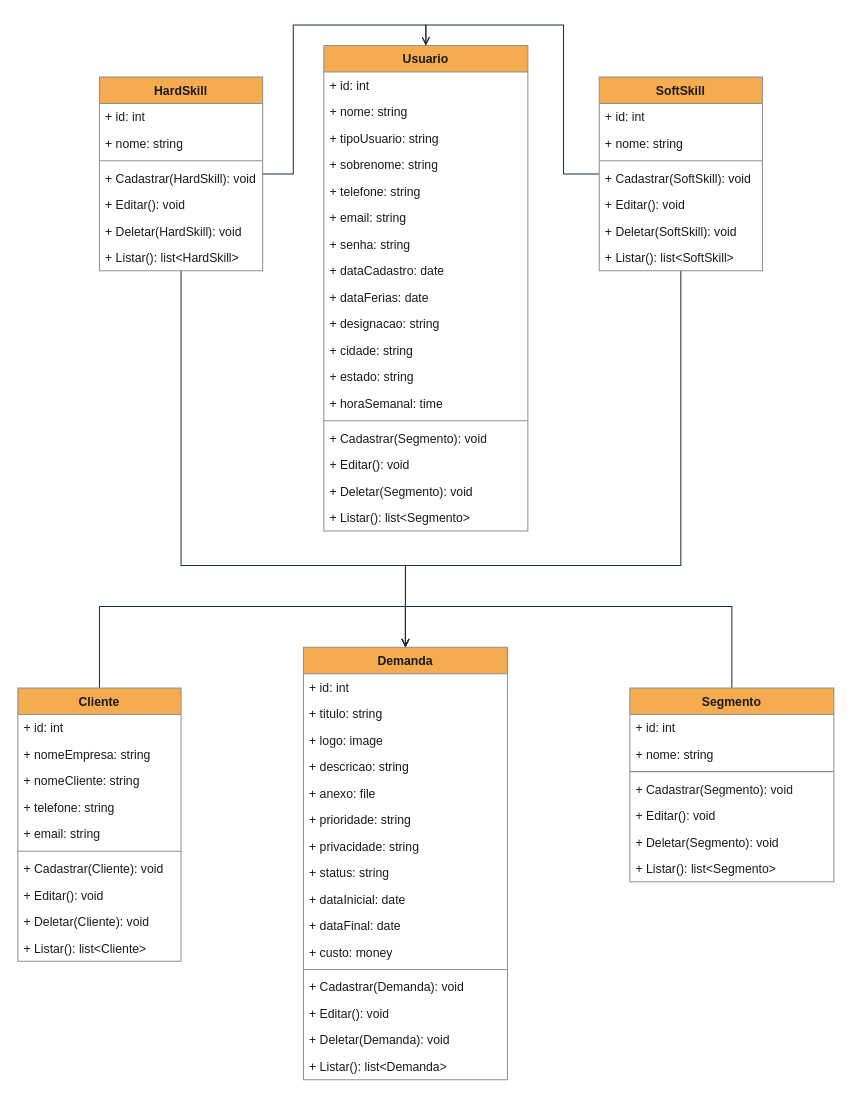
Earlier version of the draw.io diagram UML-Classes.drawio (GWSProject/UML-Classes). Source tidied: cells renumbered, new cells numbered last; positions are measured from the earlier drawing's top-left corner, leaving out a move shared by most shapes. Both pictures are drawn from the tidied source at 102%, with x=0, y=0 at pixel (17, 45).
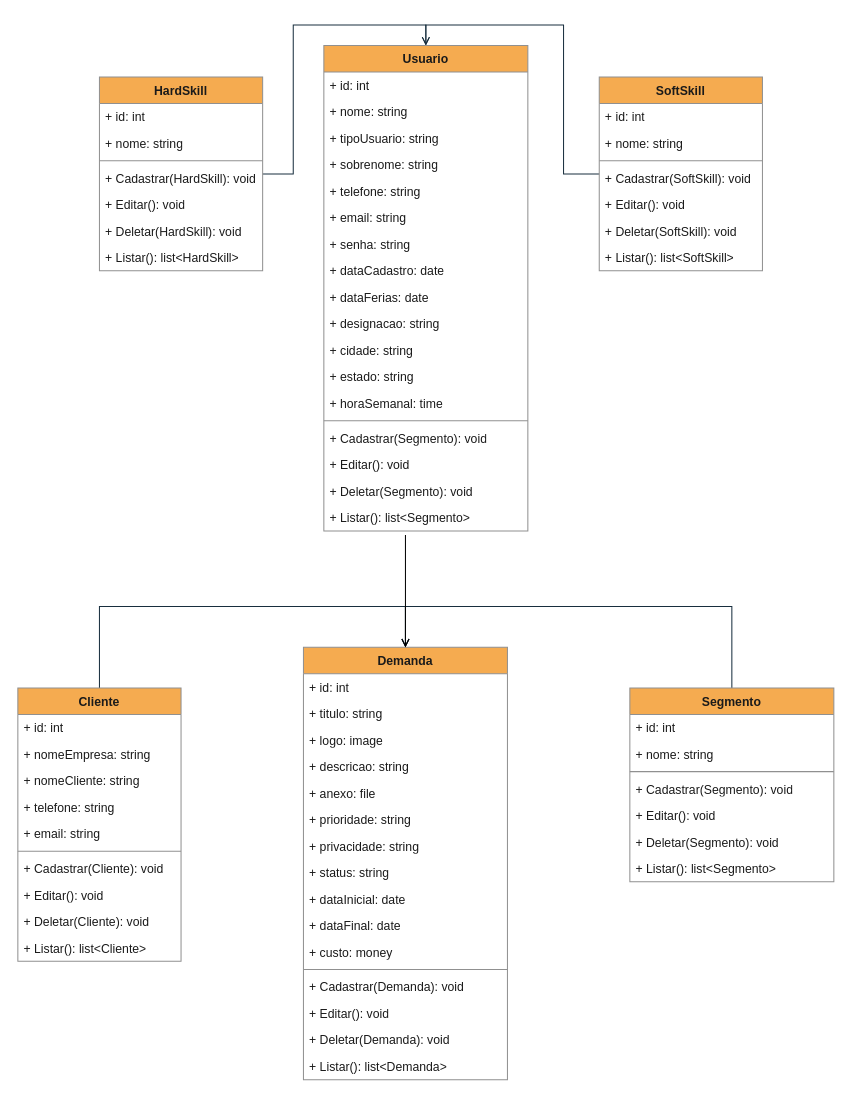
After the change.

Commit message:
pre modelagem completa

The change refers to these unchanged cells:
```xml
<mxCell id="4" value="HardSkill" style="swimlane;fontStyle=1;align=center;verticalAlign=top;horizontal=1;startSize=26;whiteSpace=wrap;html=1;labelBackgroundColor=none;fillColor=#F5AB50;strokeColor=#909090;fontColor=#1A1A1A;" parent="1" vertex="1">
  <mxGeometry x="80" y="31" width="160" height="190" as="geometry" />
</mxCell>
<mxCell id="14" value="SoftSkill" style="swimlane;fontStyle=1;align=center;verticalAlign=top;horizontal=1;startSize=26;whiteSpace=wrap;html=1;labelBackgroundColor=none;fillColor=#F5AB50;strokeColor=#909090;fontColor=#1A1A1A;" parent="1" vertex="1">
  <mxGeometry x="570" y="31" width="160" height="190" as="geometry" />
</mxCell>
<mxCell id="22" value="Demanda" style="swimlane;fontStyle=1;align=center;verticalAlign=top;horizontal=1;startSize=26;whiteSpace=wrap;html=1;labelBackgroundColor=none;fillColor=#F5AB50;strokeColor=#909090;fontColor=#1A1A1A;" parent="1" vertex="1">
  <mxGeometry x="280" y="590" width="200" height="424" as="geometry" />
</mxCell>
```

The edit, as a diff of the source:
```diff
@@
-    <mxCell id="3" style="edgeStyle=orthogonalEdgeStyle;rounded=0;jettySize=auto;html=1;entryX=0.5;entryY=0;entryDx=0;entryDy=0;endArrow=open;endFill=0;labelBackgroundColor=none;strokeColor=#182E3E;fontColor=default;" parent="1" edge="1" source="4" target="22">
-      <mxGeometry relative="1" as="geometry">
-        <Array as="points">
-          <mxPoint x="160" y="510" />
-          <mxPoint x="380" y="510" />
-        </Array>
-      </mxGeometry>
-    </mxCell>
@@
-    <mxCell id="13" style="edgeStyle=orthogonalEdgeStyle;rounded=0;jettySize=auto;html=1;entryX=0.5;entryY=0;entryDx=0;entryDy=0;endArrow=open;endFill=0;labelBackgroundColor=none;strokeColor=#182E3E;fontColor=default;" parent="1" edge="1" source="14" target="22">
-      <mxGeometry relative="1" as="geometry">
-        <Array as="points">
-          <mxPoint x="650" y="510" />
-          <mxPoint x="380" y="510" />
-        </Array>
-      </mxGeometry>
-    </mxCell>
@@
+    <mxCell id="79" style="endArrow=open;html=1;rounded=0;entryX=0.5;entryY=0;entryDx=0;entryDy=0;endFill=0;" parent="1" edge="1" target="22">
+      <mxGeometry relative="1" as="geometry">
+        <mxPoint x="380" y="480" as="sourcePoint" />
+      </mxGeometry>
+    </mxCell>
```
